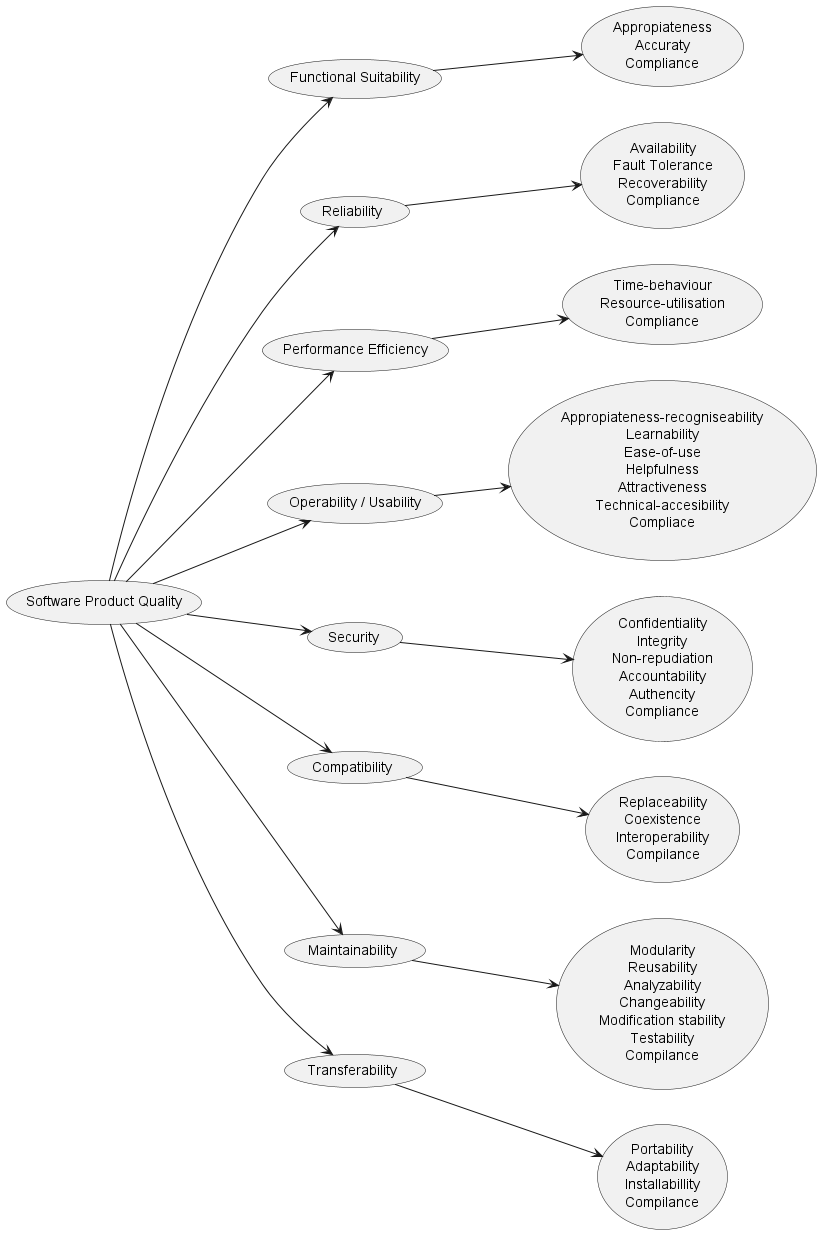
Above: images/Quality tree.png in Arquisoft/lomap_es3a (PlantUML), before the change.
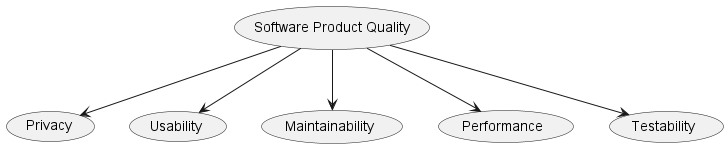
Above is the later version.

Diff of the diagram source:
```diff
@@ -1,36 +1,13 @@
 @startuml
-left to right direction
 (Software Product Quality) as (SPQ)
-(Functional Suitability) as (FS)
-(Reliability) as (R)
-(Performance Efficiency) as (PE)
-(Operability / Usability) as (OU)
-(Security) as (S)
-(Compatibility) as (C)
+(Privacy) as (PR)
+(Usability) as (U)
 (Maintainability) as (M)
-(Transferability) as (T)
-(Appropiateness\nAccuraty\nCompliance) as (AAC)
-(Availability\nFault Tolerance\nRecoverability\nCompliance) as (AFRC)
-(Time-behaviour\nResource-utilisation\nCompliance) as (TRC)
-(Appropiateness-recogniseability\nLearnability\nEase-of-use\nHelpfulness\nAttractiveness\nTechnical-accesibility\nCompliace) as (ALEHATC)
-(Confidentiality\nIntegrity\nNon-repudiation\nAccountability\nAuthencity\nCompliance) as (CINAAC)
-(Replaceability\nCoexistence\nInteroperability\nCompilance) as (RCIC)
-(Modularity\nReusability\nAnalyzability\nChangeability\nModification stability\nTestability\nCompilance) as (MRACMTC)
-(Portability\nAdaptability\nInstallabillity\nCompilance) as (PAIC)
-SPQ --> FS
-FS --> AAC
-SPQ --> R
-R --> AFRC
+(Performance) as (PE)
+(Testability) as (T)
+SPQ --> PR
+SPQ --> U
+SPQ --> M
 SPQ --> PE
-PE --> TRC
-SPQ --> OU
-OU --> ALEHATC
-SPQ --> S
-S --> CINAAC
-SPQ --> C
-C --> RCIC
-SPQ --> M
-M --> MRACMTC
 SPQ --> T
-T --> PAIC
 @enduml
```
